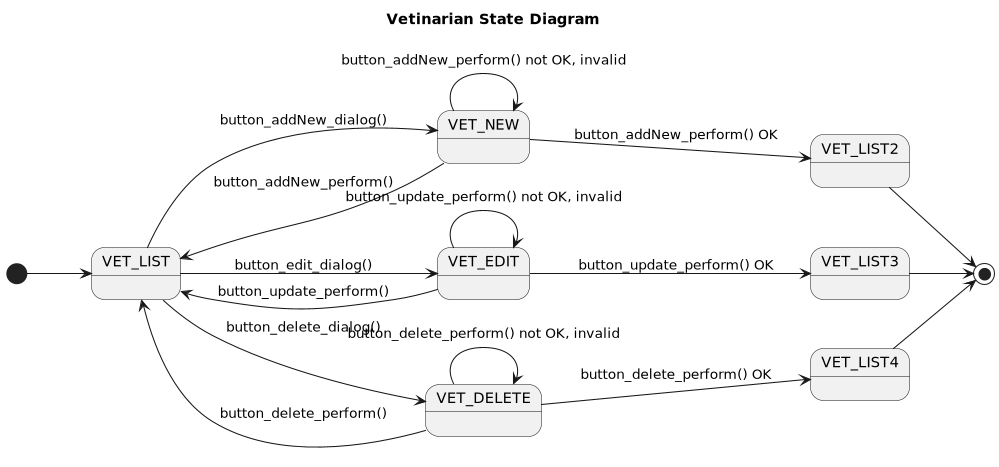
Above: uml/vet/concept/Vet__UseCase__State-Vetinarian_State_Diagram.png in Jakarta-EE-Petclinic/petclinic-uml (PlantUML), before the change. The source it was exported from:
```plantuml
@startuml

title Vetinarian State Diagram


left to right direction

scale 1000 width

[*] --> VET_LIST

VET_LIST --> VET_NEW : button_addNew_dialog()
VET_NEW --> VET_LIST: button_addNew_perform()
VET_NEW --> VET_LIST2: button_addNew_perform() OK

VET_LIST --> VET_EDIT: button_edit_dialog()
VET_EDIT --> VET_LIST: button_update_perform()
VET_EDIT --> VET_LIST3: button_update_perform() OK

VET_LIST --> VET_DELETE: button_delete_dialog()
VET_DELETE --> VET_LIST: button_delete_perform()
VET_DELETE --> VET_LIST4: button_delete_perform() OK

VET_LIST2 --> [*]
VET_LIST3 --> [*]
VET_LIST4 --> [*]


state VET_NEW {
    VET_NEW --> VET_NEW : button_addNew_perform() not OK, invalid
}
state VET_EDIT {
    VET_EDIT --> VET_EDIT: button_update_perform() not OK, invalid
}
state VET_DELETE {
    VET_DELETE --> VET_DELETE: button_delete_perform() not OK, invalid
}


@enduml
```
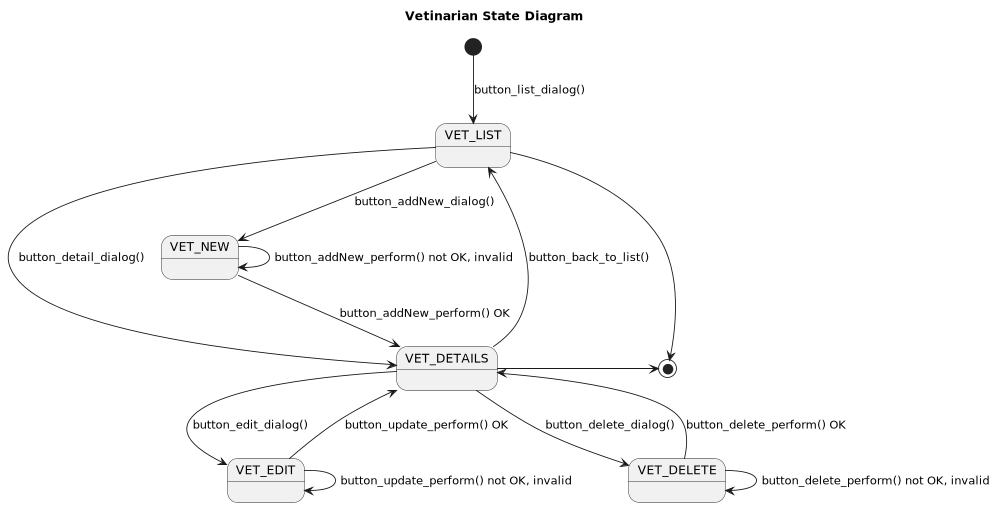
Above is the later version.

The edit, as a diff of the source:
```diff
@@ -3,38 +3,34 @@
 title Vetinarian State Diagram
 
 
-left to right direction
+top to bottom direction
 
 scale 1000 width
 
-[*] --> VET_LIST
+[*] --> VET_LIST: button_list_dialog()
 
 VET_LIST --> VET_NEW : button_addNew_dialog()
-VET_NEW --> VET_LIST: button_addNew_perform()
-VET_NEW --> VET_LIST2: button_addNew_perform() OK
-
-VET_LIST --> VET_EDIT: button_edit_dialog()
-VET_EDIT --> VET_LIST: button_update_perform()
-VET_EDIT --> VET_LIST3: button_update_perform() OK
-
-VET_LIST --> VET_DELETE: button_delete_dialog()
-VET_DELETE --> VET_LIST: button_delete_perform()
-VET_DELETE --> VET_LIST4: button_delete_perform() OK
-
-VET_LIST2 --> [*]
-VET_LIST3 --> [*]
-VET_LIST4 --> [*]
-
-
 state VET_NEW {
     VET_NEW --> VET_NEW : button_addNew_perform() not OK, invalid
 }
+VET_NEW --> VET_DETAILS: button_addNew_perform() OK
+
+VET_LIST --> VET_DETAILS: button_detail_dialog()
+VET_DETAILS --> VET_LIST : button_back_to_list()
+
+VET_DETAILS --> VET_EDIT: button_edit_dialog()
 state VET_EDIT {
     VET_EDIT --> VET_EDIT: button_update_perform() not OK, invalid
 }
+VET_EDIT --> VET_DETAILS: button_update_perform() OK
+
+VET_DETAILS --> VET_DELETE: button_delete_dialog()
 state VET_DELETE {
     VET_DELETE --> VET_DELETE: button_delete_perform() not OK, invalid
 }
+VET_DELETE --> VET_DETAILS: button_delete_perform() OK
 
+VET_LIST -> [*]
+VET_DETAILS -> [*]
 
 @enduml
```
